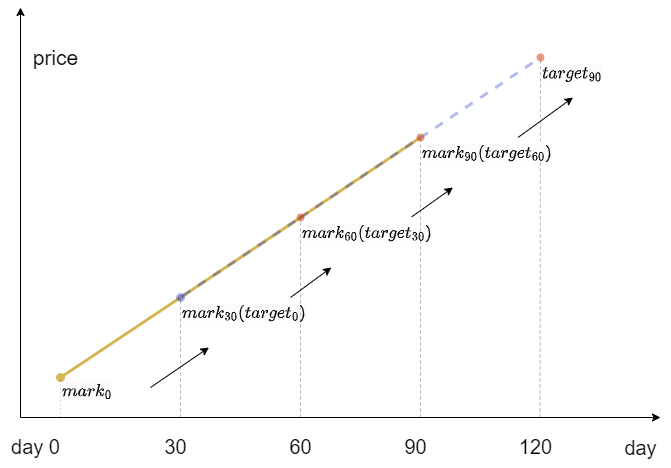
Above: 2022-12-backed/image/2022-12-backed_static.png in 141345/report-assets (draw.io), before the change. Source tidied: cells renumbered, new cells last; positions are measured from the earlier drawing's top-left corner, leaving out a move shared by most shapes.
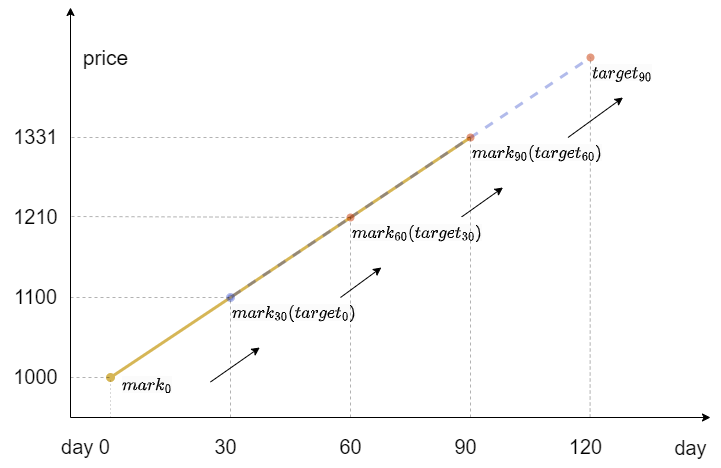
The same file after the commit.

Change to the diagram source:
```diff
@@ -127,7 +127,41 @@
       <mxGeometry relative="1" as="geometry" />
     </mxCell>
     <mxCell id="33" value="&lt;span style=&quot;color: rgb(0, 0, 0); font-family: Helvetica; font-size: 15px; font-style: normal; font-variant-ligatures: normal; font-variant-caps: normal; font-weight: 400; letter-spacing: normal; orphans: 2; text-align: center; text-indent: 0px; text-transform: none; widows: 2; word-spacing: 0px; -webkit-text-stroke-width: 0px; background-color: rgb(251, 251, 251); text-decoration-thickness: initial; text-decoration-style: initial; text-decoration-color: initial; float: none; display: inline !important;&quot;&gt;$$mark_0$$&lt;/span&gt;" style="text;whiteSpace=wrap;html=1;fontSize=15;fontFamily=Helvetica;fontColor=default;" parent="1" vertex="1">
-      <mxGeometry x="60" y="367.5" width="130" height="32.5" as="geometry" />
+      <mxGeometry x="70" y="362" width="130" height="32.5" as="geometry" />
     </mxCell>
+    <mxCell id="34" style="endArrow=none;dashed=1;html=1;strokeWidth=1;rounded=1;fontSize=1;jumpSize=28;opacity=30;" parent="1" edge="1">
+      <mxGeometry relative="1" as="geometry">
+        <mxPoint x="20" y="370" as="sourcePoint" />
+        <mxPoint x="60" y="370" as="targetPoint" />
+      </mxGeometry>
+    </mxCell>
+    <mxCell id="35" style="endArrow=none;dashed=1;html=1;strokeWidth=1;rounded=1;fontSize=1;jumpSize=28;opacity=30;" parent="1" edge="1">
+      <mxGeometry relative="1" as="geometry">
+        <mxPoint x="20" y="290" as="sourcePoint" />
+        <mxPoint x="180" y="290" as="targetPoint" />
+      </mxGeometry>
+    </mxCell>
+    <mxCell id="36" value="&lt;font style=&quot;font-size: 20px;&quot;&gt;1000&lt;/font&gt;" style="text;html=1;align=center;verticalAlign=middle;strokeColor=none;fillColor=none;fontSize=22;" parent="1" vertex="1">
+      <mxGeometry x="-50" y="350" width="70" height="40" as="geometry" />
+    </mxCell>
+    <mxCell id="37" value="&lt;font style=&quot;font-size: 20px;&quot;&gt;1210&lt;/font&gt;" style="text;html=1;align=center;verticalAlign=middle;strokeColor=none;fillColor=none;fontSize=22;" parent="1" vertex="1">
+      <mxGeometry x="-50" y="190" width="70" height="40" as="geometry" />
+    </mxCell>
+    <mxCell id="38" value="&lt;font style=&quot;font-size: 20px;&quot;&gt;1100&lt;/font&gt;" style="text;html=1;align=center;verticalAlign=middle;strokeColor=none;fillColor=none;fontSize=22;" parent="1" vertex="1">
+      <mxGeometry x="-50" y="270" width="70" height="40" as="geometry" />
+    </mxCell>
+    <mxCell id="39" style="endArrow=none;dashed=1;html=1;strokeWidth=1;rounded=1;fontSize=1;jumpSize=28;opacity=30;exitX=0.47;exitY=0.479;exitDx=0;exitDy=0;exitPerimeter=0;" parent="1" edge="1" source="18">
+      <mxGeometry relative="1" as="geometry">
+        <mxPoint x="20" y="209" as="targetPoint" />
+      </mxGeometry>
+    </mxCell>
+    <mxCell id="40" style="endArrow=none;dashed=1;html=1;strokeWidth=1;rounded=1;fontSize=1;jumpSize=28;opacity=30;exitX=0;exitY=0;exitDx=0;exitDy=0;" parent="1" edge="1" source="26">
+      <mxGeometry relative="1" as="geometry">
+        <mxPoint x="20" y="130" as="targetPoint" />
+      </mxGeometry>
+    </mxCell>
+    <mxCell id="41" value="&lt;font style=&quot;font-size: 20px;&quot;&gt;1331&lt;/font&gt;" style="text;html=1;align=center;verticalAlign=middle;strokeColor=none;fillColor=none;fontSize=22;" parent="1" vertex="1">
+      <mxGeometry x="-50" y="110" width="70" height="40" as="geometry" />
+    </mxCell>
   </root>
 </mxGraphModel>
```
